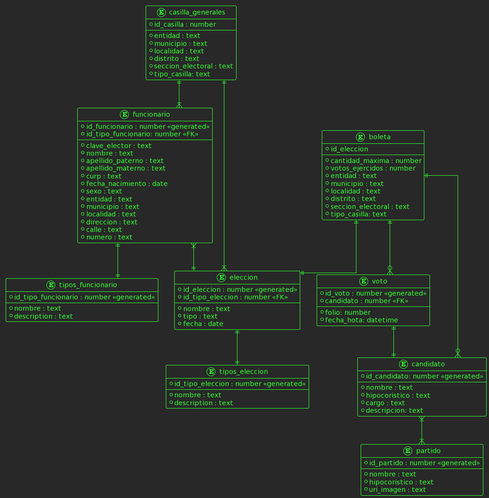
The PlantUML diagram documentacion/imgs/ER-green.png in EkBalam/urna_electronica, before a commit.
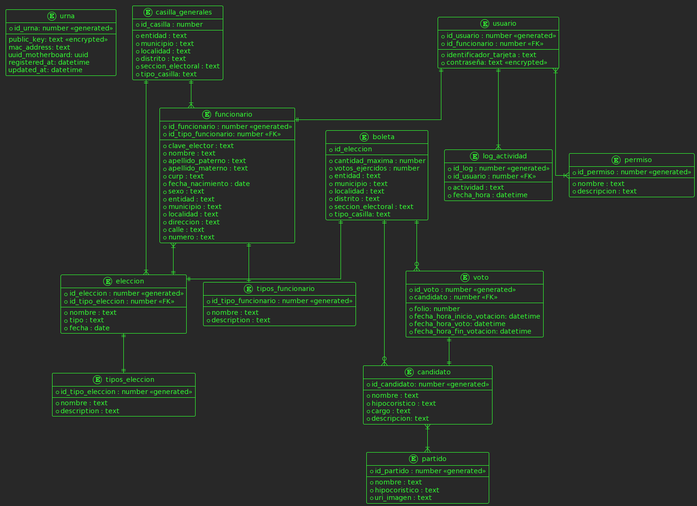
After the commit.

Diff of the diagram source:
```diff
@@ -2,6 +2,16 @@
 !theme crt-green
 
 skinparam linetype ortho
+
+entity urna {
+    * id_urna: number <<generated>>
+    --
+    public_key: text <<encrypted>>
+    mac_address: text
+    uuid_motherboard: uuid
+    registered_at: datetime
+    updated_at: datetime
+}
 
 entity casilla_generales{
     * id_casilla : number
@@ -12,6 +22,21 @@
     * distrito : text
     * seccion_electoral : text
     * tipo_casilla: text
+}
+
+entity usuario{
+    * id_usuario : number <<generated>>
+    * id_funcionario : number <<FK>>
+    --
+    * identificador_tarjeta : text
+    * contraseña: text <<encrypted>>
+}
+
+entity permiso{
+    * id_permiso : number <<generated>>
+    --
+    * nombre : text
+    * descripcion : text
 }
 
 entity funcionario{
@@ -75,7 +100,9 @@
     * candidato : number <<FK>>
     --
     * folio: number
-    * fecha_hota: datetime
+    * fecha_hora_inicio_votacion: datetime
+    * fecha_hora_voto: datetime
+    * fecha_hora_fin_votacion: datetime
 }
 
 entity candidato{
@@ -95,6 +122,16 @@
     * uri_imagen : text
 }
 
+entity log_actividad{
+    * id_log : number <<generated>>
+    * id_usuario : number <<FK>>
+    --
+    * actividad : text
+    * fecha_hora : datetime
+}
+
+usuario }|--|{ permiso
+usuario ||--|| funcionario
 funcionario ||--|| tipos_funcionario
 funcionario }|--|| eleccion
 eleccion ||--|| tipos_eleccion
@@ -105,4 +142,5 @@
 candidato }|--|{ partido
 casilla_generales ||--|{ funcionario
 casilla_generales ||--|{ eleccion
+usuario ||--|{ log_actividad
 @enduml
```
